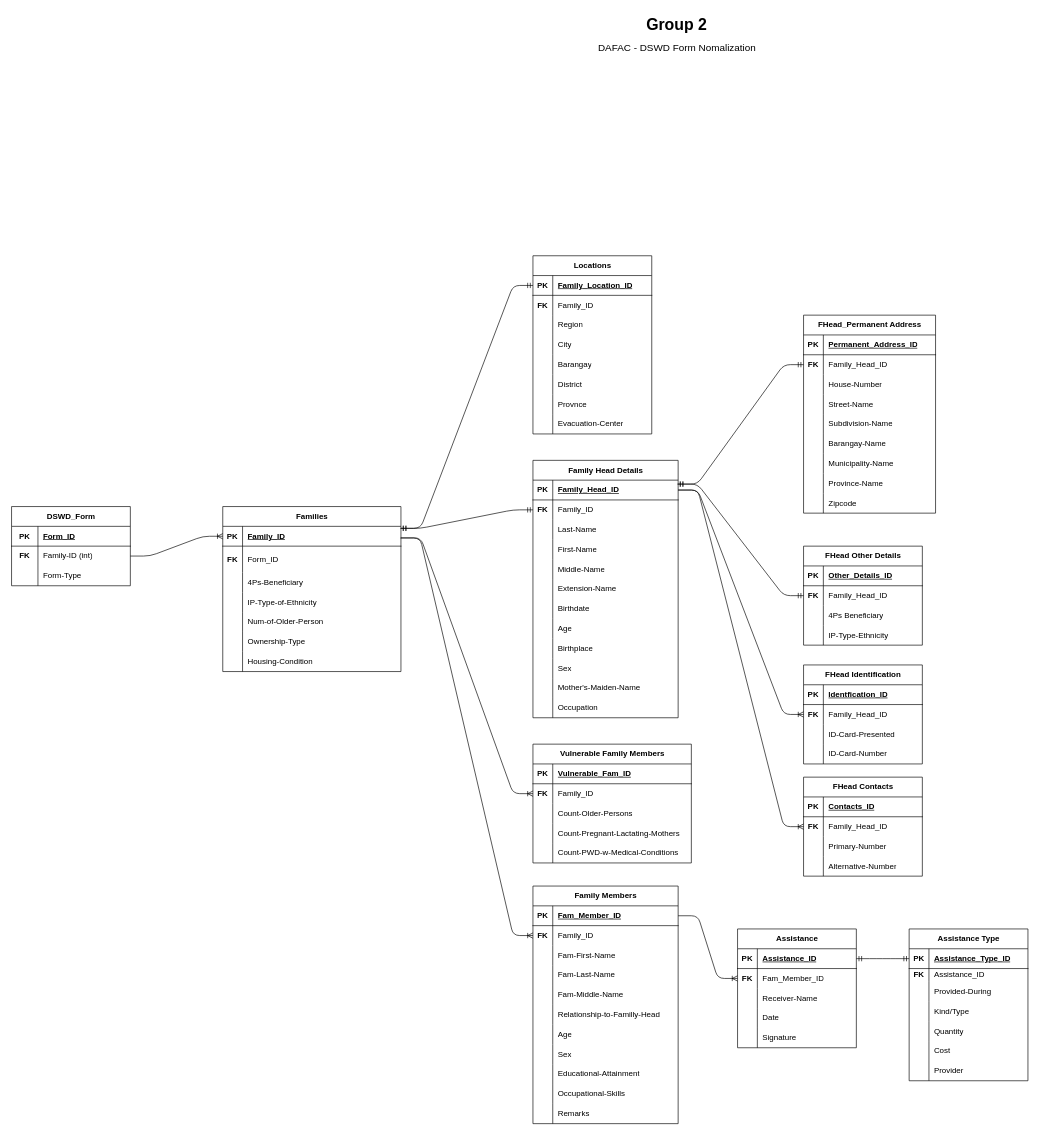
This is DSWDForm.drawio from Lanxxxe/Apartment-Watch, a draw.io file, before an edit. Source tidied: cells renumbered, new cells numbered last; positions are measured from the earlier drawing's top-left corner, leaving out a move shared by most shapes. Both pictures are drawn from the tidied source at 66%, with x=0, y=0 at pixel (11, 11).
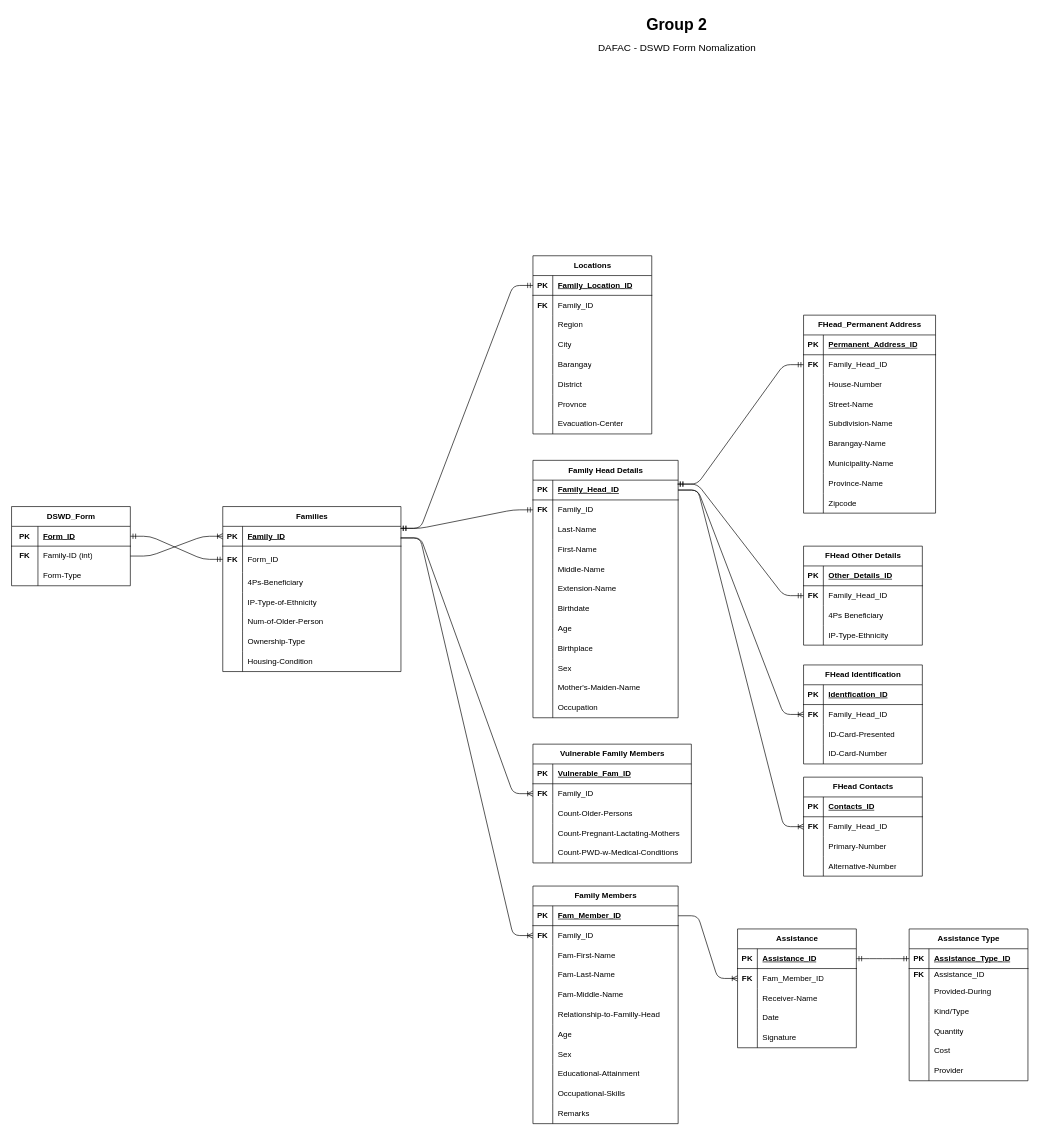
The same page after the edit.

The change refers to these unchanged cells:
```xml
<mxCell id="8" style="shape=tableRow;horizontal=0;startSize=0;swimlaneHead=0;swimlaneBody=0;fillColor=none;points=[[0,0.5],[1,0.5]];portConstraint=eastwest;top=0;left=0;right=0;bottom=0;" parent="4" vertex="1">
  <mxGeometry y="60" width="270" height="40" as="geometry" />
</mxCell>
<mxCell id="64" style="shape=tableRow;horizontal=0;startSize=0;swimlaneHead=0;swimlaneBody=0;fillColor=none;points=[[0,0.5],[1,0.5]];portConstraint=eastwest;top=0;left=0;right=0;bottom=1;" parent="63" vertex="1">
  <mxGeometry y="30" width="180" height="30" as="geometry" />
</mxCell>
```

What changed in the source:
```diff
@@
+    <mxCell id="264" style="edgeStyle=entityRelationEdgeStyle;fontSize=12;html=1;endArrow=ERmandOne;startArrow=ERmandOne;rounded=1;entryX=0;entryY=0.5;entryDx=0;entryDy=0;exitX=1;exitY=0.5;exitDx=0;exitDy=0;curved=0;" parent="1" edge="1" source="64" target="8">
+      <mxGeometry relative="1" as="geometry" />
+    </mxCell>
```
